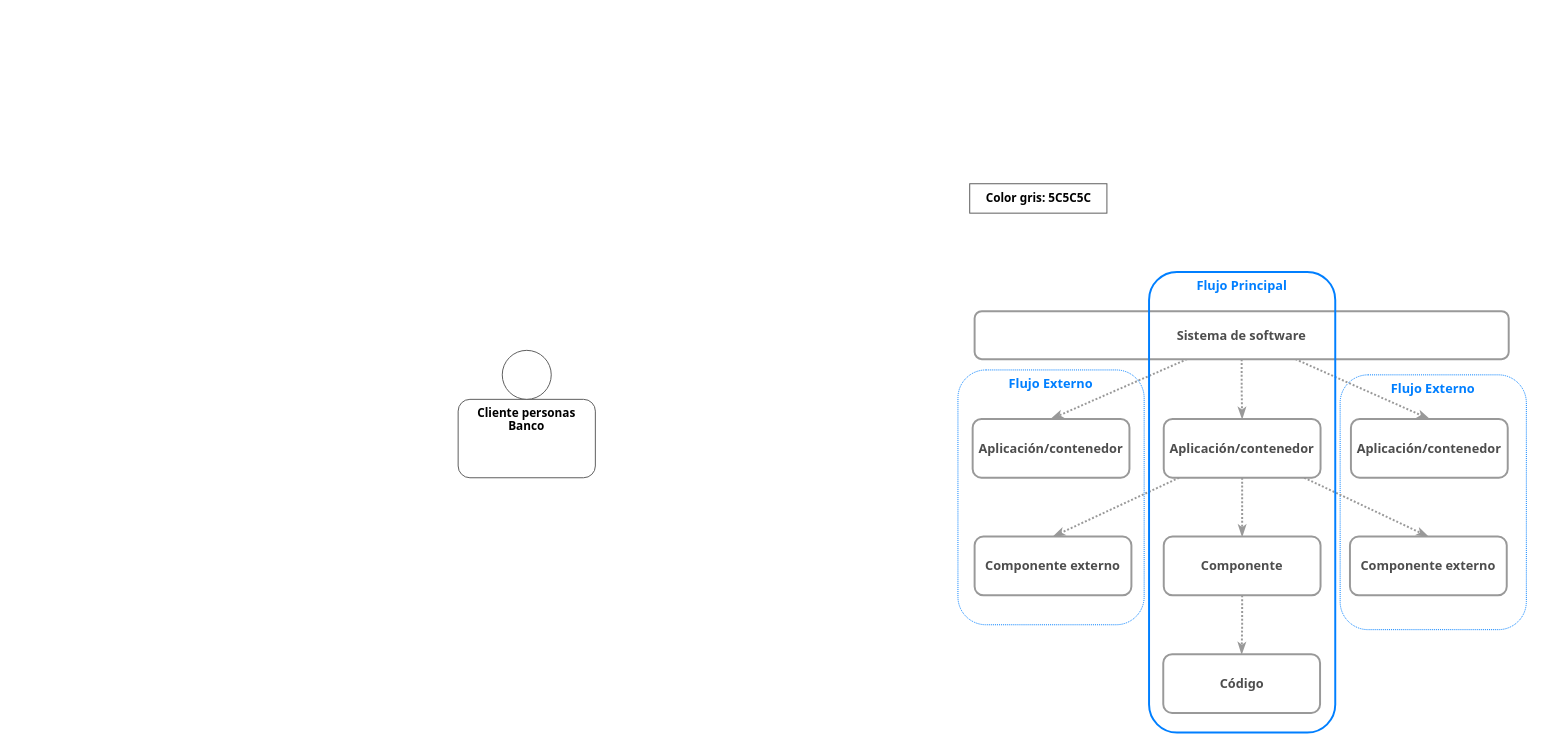
The draw.io diagram Arquitectura de soluciones.drawio in santiagovb/Diagramas, before the edit. Source tidied: cells renumbered, new cells numbered last; positions are measured from the earlier drawing's top-left corner, leaving out a move shared by most shapes. Both pictures are drawn from the tidied source at 98%, with x=0, y=0 at pixel (458, 183).
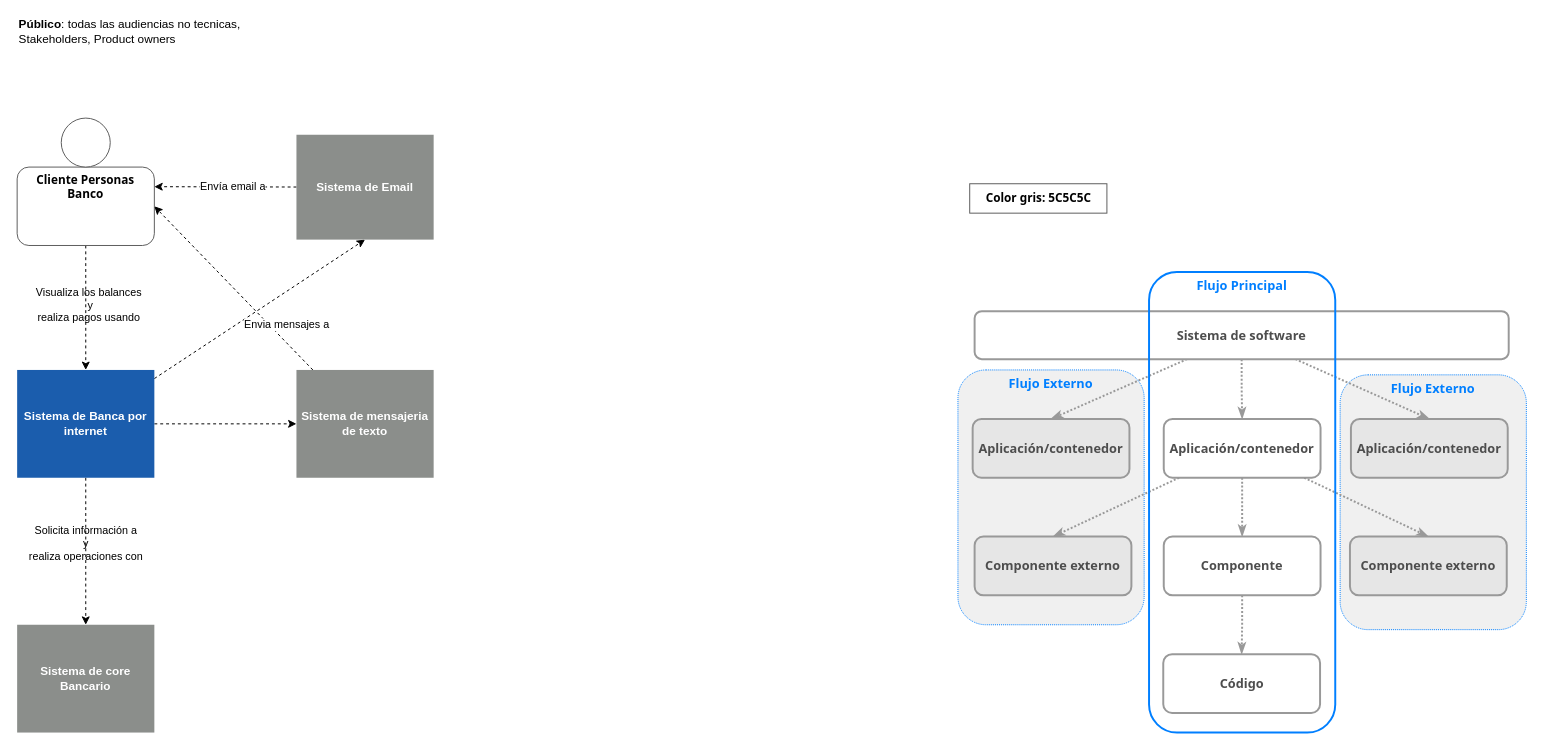
The same page after the edit.

Change to the diagram source:
```diff
@@
+    <mxCell id="22" value="&lt;span style=&quot;font-size: 13px;&quot;&gt;&lt;font color=&quot;#007fff&quot;&gt;Flujo Externo&lt;/font&gt;&lt;/span&gt;" style="rounded=1;whiteSpace=wrap;html=1;fillColor=#F0F0F0;verticalAlign=top;fontSize=13;fontStyle=1;fontFamily=Tahoma;strokeColor=#007FFF;fontColor=#4D4D4D;strokeWidth=1;dashed=1;dashPattern=1 1;" parent="1" vertex="1">
+      <mxGeometry x="510" y="190" width="190" height="260" as="geometry" />
+    </mxCell>
-    <mxCell id="2" value="&lt;span style=&quot;font-size: 13px;&quot;&gt;&lt;font color=&quot;#007fff&quot;&gt;Flujo Externo&lt;/font&gt;&lt;/span&gt;" style="rounded=1;whiteSpace=wrap;html=1;fillColor=none;verticalAlign=top;fontSize=13;fontStyle=1;fontFamily=Tahoma;strokeColor=#007FFF;fontColor=#4D4D4D;strokeWidth=1;dashed=1;dashPattern=1 1;" parent="1" vertex="1">
+    <mxCell id="2" value="&lt;span style=&quot;font-size: 13px;&quot;&gt;&lt;font color=&quot;#007fff&quot;&gt;Flujo Externo&lt;/font&gt;&lt;/span&gt;" style="rounded=1;whiteSpace=wrap;html=1;fillColor=#F0F0F0;verticalAlign=top;fontSize=13;fontStyle=1;fontFamily=Tahoma;strokeColor=#007FFF;fontColor=#4D4D4D;strokeWidth=1;dashed=1;dashPattern=1 1;" parent="1" vertex="1">
       <mxGeometry x="900" y="195" width="190" height="260" as="geometry" />
     </mxCell>
+    <mxCell id="23" style="rounded=0;jettySize=auto;html=1;entryX=0.5;entryY=0;entryDx=0;entryDy=0;dashed=1;" parent="1" edge="1" source="3" target="29">
+      <mxGeometry relative="1" as="geometry" />
+    </mxCell>
+    <mxCell id="24" value="Visualiza los balances&lt;br&gt;&amp;nbsp;y &lt;br&gt;realiza pagos usando" style="edgeLabel;html=1;align=center;verticalAlign=middle;labelBackgroundColor=none;" parent="23" vertex="1">
+      <mxGeometry x="-0.05" y="2" relative="1" as="geometry" />
+    </mxCell>
-    <mxCell id="3" value="Cliente personas &lt;br&gt;Banco" style="rounded=1;whiteSpace=wrap;html=1;verticalAlign=top;fontColor=#000000;strokeColor=#5C5C5C;fontStyle=1;fontFamily=Tahoma;" parent="1" vertex="1">
-      <mxGeometry y="220" width="140" height="80" as="geometry" />
+    <mxCell id="3" value="Cliente Personas &lt;br&gt;Banco" style="rounded=1;whiteSpace=wrap;html=1;verticalAlign=top;fontColor=#000000;strokeColor=#5C5C5C;fontStyle=1;fontFamily=Tahoma;" parent="1" vertex="1">
+      <mxGeometry x="-450" y="-17" width="140" height="80" as="geometry" />
     </mxCell>
     <mxCell id="4" style="ellipse;whiteSpace=wrap;html=1;fontColor=#000000;strokeColor=#5C5C5C;fontStyle=1;fontFamily=Tahoma;" parent="1" vertex="1">
-      <mxGeometry x="45" y="170" width="50" height="50" as="geometry" />
+      <mxGeometry x="-405" y="-67" width="50" height="50" as="geometry" />
     </mxCell>
@@
-    <mxCell id="16" value="Aplicación/contenedor" style="rounded=1;whiteSpace=wrap;html=1;fontColor=#4D4D4D;strokeColor=#999999;fontStyle=1;fontFamily=Tahoma;fontSize=13;strokeWidth=2;" parent="1" vertex="1">
+    <mxCell id="16" value="Aplicación/contenedor" style="rounded=1;whiteSpace=wrap;html=1;fontColor=#4D4D4D;strokeColor=#999999;fontStyle=1;fontFamily=Tahoma;fontSize=13;strokeWidth=2;fillColor=#E6E6E6;" parent="1" vertex="1">
       <mxGeometry x="911" y="240" width="160" height="60" as="geometry" />
     </mxCell>
-    <mxCell id="17" value="Aplicación/contenedor" style="rounded=1;whiteSpace=wrap;html=1;fontColor=#4D4D4D;strokeColor=#999999;fontStyle=1;fontFamily=Tahoma;fontSize=13;strokeWidth=2;" parent="1" vertex="1">
+    <mxCell id="17" value="Aplicación/contenedor" style="rounded=1;whiteSpace=wrap;html=1;fontColor=#4D4D4D;strokeColor=#999999;fontStyle=1;fontFamily=Tahoma;fontSize=13;strokeWidth=2;fillColor=#E6E6E6;" parent="1" vertex="1">
       <mxGeometry x="525" y="240" width="160" height="60" as="geometry" />
     </mxCell>
-    <mxCell id="18" value="Componente externo" style="rounded=1;whiteSpace=wrap;html=1;fontColor=#4D4D4D;strokeColor=#999999;fontStyle=1;fontFamily=Tahoma;fontSize=13;strokeWidth=2;" parent="1" vertex="1">
+    <mxCell id="18" value="Componente externo" style="rounded=1;whiteSpace=wrap;html=1;fontColor=#4D4D4D;strokeColor=#999999;fontStyle=1;fontFamily=Tahoma;fontSize=13;strokeWidth=2;fillColor=#E6E6E6;" parent="1" vertex="1">
       <mxGeometry x="527" y="360" width="160" height="60" as="geometry" />
     </mxCell>
-    <mxCell id="19" value="Componente externo" style="rounded=1;whiteSpace=wrap;html=1;fontColor=#4D4D4D;strokeColor=#999999;fontStyle=1;fontFamily=Tahoma;fontSize=13;strokeWidth=2;" parent="1" vertex="1">
+    <mxCell id="19" value="Componente externo" style="rounded=1;whiteSpace=wrap;html=1;fontColor=#4D4D4D;strokeColor=#999999;fontStyle=1;fontFamily=Tahoma;fontSize=13;strokeWidth=2;fillColor=#E6E6E6;" parent="1" vertex="1">
       <mxGeometry x="910" y="360" width="160" height="60" as="geometry" />
     </mxCell>
@@
-    <mxCell id="22" value="&lt;span style=&quot;font-size: 13px;&quot;&gt;&lt;font color=&quot;#007fff&quot;&gt;Flujo Externo&lt;/font&gt;&lt;/span&gt;" style="rounded=1;whiteSpace=wrap;html=1;fillColor=none;verticalAlign=top;fontSize=13;fontStyle=1;fontFamily=Tahoma;strokeColor=#007FFF;fontColor=#4D4D4D;strokeWidth=1;dashed=1;dashPattern=1 1;" parent="1" vertex="1">
-      <mxGeometry x="510" y="190" width="190" height="260" as="geometry" />
-    </mxCell>
+    <mxCell id="25" style="rounded=0;jettySize=auto;html=1;dashed=1;" parent="1" edge="1" source="29" target="30">
+      <mxGeometry relative="1" as="geometry" />
+    </mxCell>
+    <mxCell id="26" value="Solicita información a &lt;br&gt;y &lt;br&gt;realiza operaciones con" style="edgeLabel;html=1;align=center;verticalAlign=middle;labelBackgroundColor=none;" parent="25" vertex="1">
+      <mxGeometry x="-0.12" y="-1" relative="1" as="geometry" />
+    </mxCell>
+    <mxCell id="27" style="rounded=0;jettySize=auto;html=1;entryX=0.5;entryY=1;entryDx=0;entryDy=0;dashed=1;" parent="1" edge="1" source="29" target="33">
+      <mxGeometry relative="1" as="geometry" />
+    </mxCell>
+    <mxCell id="28" style="rounded=0;jettySize=auto;html=1;entryX=0;entryY=0.5;entryDx=0;entryDy=0;dashed=1;" parent="1" edge="1" source="29" target="36">
+      <mxGeometry relative="1" as="geometry" />
+    </mxCell>
+    <mxCell id="29" value="Sistema de Banca por internet" style="rounded=0;whiteSpace=wrap;html=1;fillColor=#1B5DAD;strokeColor=none;fontColor=#FFFFFF;fontStyle=1;" parent="1" vertex="1">
+      <mxGeometry x="-450" y="190" width="140" height="110" as="geometry" />
+    </mxCell>
+    <mxCell id="30" value="Sistema de core Bancario" style="rounded=0;whiteSpace=wrap;html=1;fillColor=#8B8E8B;fontColor=#FFFFFF;fontStyle=1;strokeColor=none;" parent="1" vertex="1">
+      <mxGeometry x="-450" y="450" width="140" height="110" as="geometry" />
+    </mxCell>
+    <mxCell id="31" style="rounded=0;jettySize=auto;html=1;dashed=1;entryX=1;entryY=0.25;entryDx=0;entryDy=0;" parent="1" edge="1" source="33" target="3">
+      <mxGeometry relative="1" as="geometry" />
+    </mxCell>
+    <mxCell id="32" value="Envía email a" style="edgeLabel;html=1;align=center;verticalAlign=middle;" parent="31" vertex="1">
+      <mxGeometry x="-0.09" y="-1" relative="1" as="geometry" />
+    </mxCell>
+    <mxCell id="33" value="Sistema de Email" style="rounded=0;whiteSpace=wrap;html=1;fontColor=#FFFFFF;fillColor=#8B8E8B;fontStyle=1;strokeColor=none;" parent="1" vertex="1">
+      <mxGeometry x="-165" y="-50" width="140" height="107" as="geometry" />
+    </mxCell>
+    <mxCell id="34" style="rounded=0;jettySize=auto;html=1;entryX=1;entryY=0.5;entryDx=0;entryDy=0;dashed=1;" parent="1" edge="1" source="36" target="3">
+      <mxGeometry relative="1" as="geometry" />
+    </mxCell>
+    <mxCell id="35" value="Envia mensajes a" style="edgeLabel;html=1;align=center;verticalAlign=middle;" parent="34" vertex="1">
+      <mxGeometry x="0.11" y="2" relative="1" as="geometry">
+        <mxPoint x="64" y="45" as="offset" />
+      </mxGeometry>
+    </mxCell>
+    <mxCell id="36" value="Sistema de mensajeria de texto" style="rounded=0;whiteSpace=wrap;html=1;fillColor=#8B8E8B;fontColor=#FFFFFF;fontStyle=1;strokeColor=none;" parent="1" vertex="1">
+      <mxGeometry x="-165" y="190" width="140" height="110" as="geometry" />
+    </mxCell>
+    <mxCell id="37" value="&lt;b&gt;Público&lt;/b&gt;: todas las audiencias no tecnicas, Stakeholders, Product owners" style="text;html=1;strokeColor=none;fillColor=none;align=left;verticalAlign=middle;whiteSpace=wrap;rounded=0;" parent="1" vertex="1">
+      <mxGeometry x="-450" y="-170" width="230" height="30" as="geometry" />
+    </mxCell>
```
